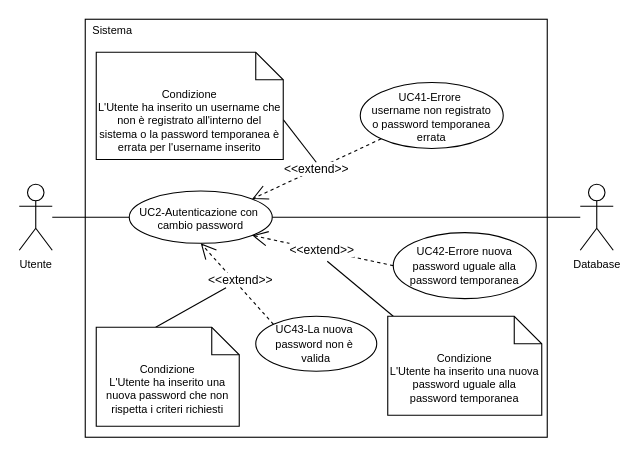
The draw.io diagram 2-RTB/Documenti_esterni/Analisi_dei_requisiti/draw.io/UC2.drawio in SnakeByteTeam/snakebyteteam.github.io, before the edit. Source tidied: cells renumbered, new cells numbered last; positions are measured from the earlier drawing's top-left corner, leaving out a move shared by most shapes. Both pictures are drawn from the tidied source at 110%, with x=0, y=0 at pixel (19, 19).
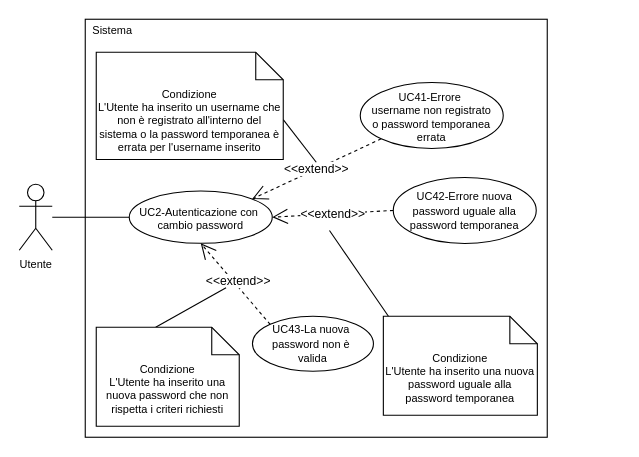
The same diagram, later.

Unchanged cells that the change refers to:
```xml
<mxCell id="5" value="&lt;div style=&quot;line-height: 100%;&quot;&gt;&lt;div&gt;&lt;font style=&quot;font-size: 10px; line-height: 100%;&quot;&gt;UC2-Autenticazione con&amp;nbsp;&lt;/font&gt;&lt;/div&gt;&lt;div&gt;&lt;font style=&quot;font-size: 10px; line-height: 100%;&quot;&gt;cambio password&lt;/font&gt;&lt;/div&gt;&lt;/div&gt;" style="ellipse;whiteSpace=wrap;html=1;" parent="1" vertex="1">
  <mxGeometry x="100" y="156.2" width="130" height="47.5" as="geometry" />
</mxCell>
```

The edit, as a diff of the source:
```diff
@@
     <mxCell id="8" value="&lt;div style=&quot;line-height: 100%;&quot;&gt;&lt;font style=&quot;line-height: 100%;&quot;&gt;&lt;span style=&quot;font-size: 10px;&quot;&gt;UC42-&lt;/span&gt;&lt;span style=&quot;font-size: 10px; background-color: transparent; color: light-dark(rgb(0, 0, 0), rgb(255, 255, 255));&quot;&gt;Errore nuova password uguale alla password temporanea&lt;/span&gt;&lt;br&gt;&lt;/font&gt;&lt;/div&gt;" style="ellipse;whiteSpace=wrap;html=1;" parent="1" vertex="1">
-      <mxGeometry x="340" y="194" width="130" height="60" as="geometry" />
+      <mxGeometry x="340" y="143.8" width="130" height="60" as="geometry" />
     </mxCell>
     <mxCell id="9" value="&lt;div style=&quot;line-height: 100%;&quot;&gt;&lt;font style=&quot;line-height: 100%;&quot;&gt;&lt;span style=&quot;font-size: 10px;&quot;&gt;UC43-&lt;/span&gt;&lt;span style=&quot;background-color: transparent; font-size: 10px;&quot;&gt;La nuova&amp;nbsp;&lt;/span&gt;&lt;/font&gt;&lt;/div&gt;&lt;div style=&quot;line-height: 100%;&quot;&gt;&lt;font style=&quot;line-height: 100%;&quot;&gt;&lt;span style=&quot;background-color: transparent; font-size: 10px;&quot;&gt;password non è&amp;nbsp;&lt;/span&gt;&lt;/font&gt;&lt;/div&gt;&lt;div style=&quot;line-height: 100%;&quot;&gt;&lt;font style=&quot;line-height: 100%;&quot;&gt;&lt;span style=&quot;background-color: transparent; font-size: 10px;&quot;&gt;valida&lt;/span&gt;&lt;br&gt;&lt;/font&gt;&lt;/div&gt;" style="ellipse;whiteSpace=wrap;html=1;" parent="1" vertex="1">
-      <mxGeometry x="215" y="270" width="110" height="50" as="geometry" />
+      <mxGeometry x="212" y="270" width="110" height="50" as="geometry" />
     </mxCell>
@@
-    <mxCell id="11" value="&amp;lt;&amp;lt;extend&amp;gt;&amp;gt;" style="endArrow=open;endSize=12;dashed=1;html=1;rounded=0;exitX=0;exitY=0.5;exitDx=0;exitDy=0;entryX=1;entryY=1;entryDx=0;entryDy=0;" parent="1" edge="1" source="8" target="5">
+    <mxCell id="11" value="&amp;lt;&amp;lt;extend&amp;gt;&amp;gt;" style="endArrow=open;endSize=12;dashed=1;html=1;rounded=0;exitX=0;exitY=0.5;exitDx=0;exitDy=0;entryX=1;entryY=0.5;entryDx=0;entryDy=0;" parent="1" edge="1" source="8" target="5">
       <mxGeometry relative="1" as="geometry" />
     </mxCell>
@@
     <mxCell id="17" style="rounded=0;orthogonalLoop=1;jettySize=auto;html=1;exitX=0;exitY=0;exitDx=0;exitDy=0;exitPerimeter=0;endArrow=none;endFill=0;" parent="1" edge="1">
       <mxGeometry relative="1" as="geometry">
-        <mxPoint x="340" y="270" as="sourcePoint" />
-        <mxPoint x="280" y="220" as="targetPoint" />
+        <mxPoint x="337" y="272" as="sourcePoint" />
+        <mxPoint x="282" y="192" as="targetPoint" />
       </mxGeometry>
     </mxCell>
     <mxCell id="18" value="&lt;div style=&quot;line-height: 100%;&quot;&gt;&lt;div&gt;&lt;font style=&quot;font-size: 10px; line-height: 10px;&quot;&gt;Condizione&lt;/font&gt;&lt;/div&gt;&lt;font style=&quot;font-size: 10px; line-height: 10px;&quot;&gt;L'Utente ha inserito una nuova password uguale alla password temporanea&lt;/font&gt;&lt;/div&gt;" style="shape=note2;boundedLbl=1;whiteSpace=wrap;html=1;size=25;verticalAlign=top;align=center;" parent="1" vertex="1">
-      <mxGeometry x="335" y="270" width="140" height="90" as="geometry" />
+      <mxGeometry x="331" y="270" width="140" height="90" as="geometry" />
     </mxCell>
-    <mxCell id="19" style="edgeStyle=orthogonalEdgeStyle;rounded=0;jettySize=auto;html=1;entryX=1;entryY=0.5;entryDx=0;entryDy=0;endArrow=none;endFill=0;" parent="1" edge="1" source="20" target="5">
-      <mxGeometry relative="1" as="geometry" />
-    </mxCell>
-    <mxCell id="20" value="&lt;div style=&quot;line-height: 100%;&quot;&gt;&lt;div&gt;&lt;font style=&quot;font-size: 10px; line-height: 100%;&quot;&gt;Database&lt;/font&gt;&lt;/div&gt;&lt;/div&gt;" style="shape=umlActor;verticalLabelPosition=bottom;verticalAlign=top;html=1;outlineConnect=0;" parent="1" vertex="1">
-      <mxGeometry x="510" y="150" width="30" height="60" as="geometry" />
-    </mxCell>
```
